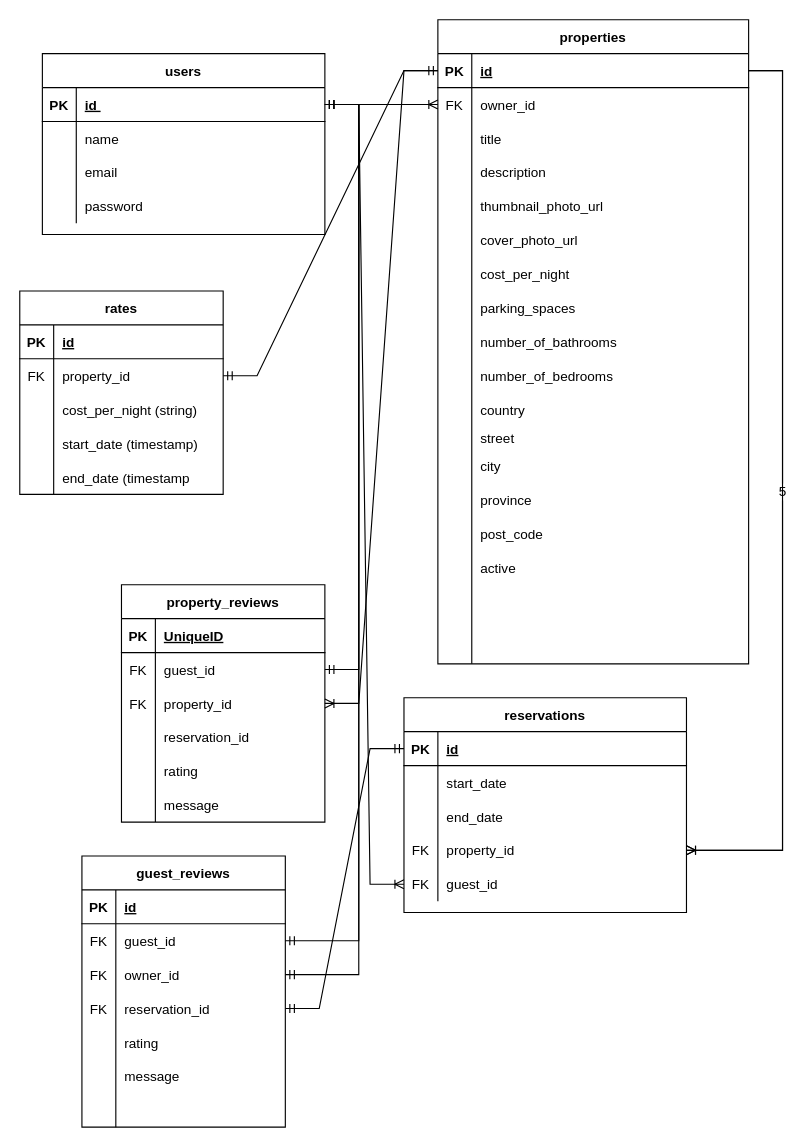
Above: lightbnb_ERD.drawio in jkadman/lightBnB (draw.io), before the change. Source tidied: cells renumbered, new cells numbered last; positions are measured from the earlier drawing's top-left corner, leaving out a move shared by most shapes. Both pictures are drawn from the tidied source at 113%, with x=0, y=0 at pixel (19, 19).
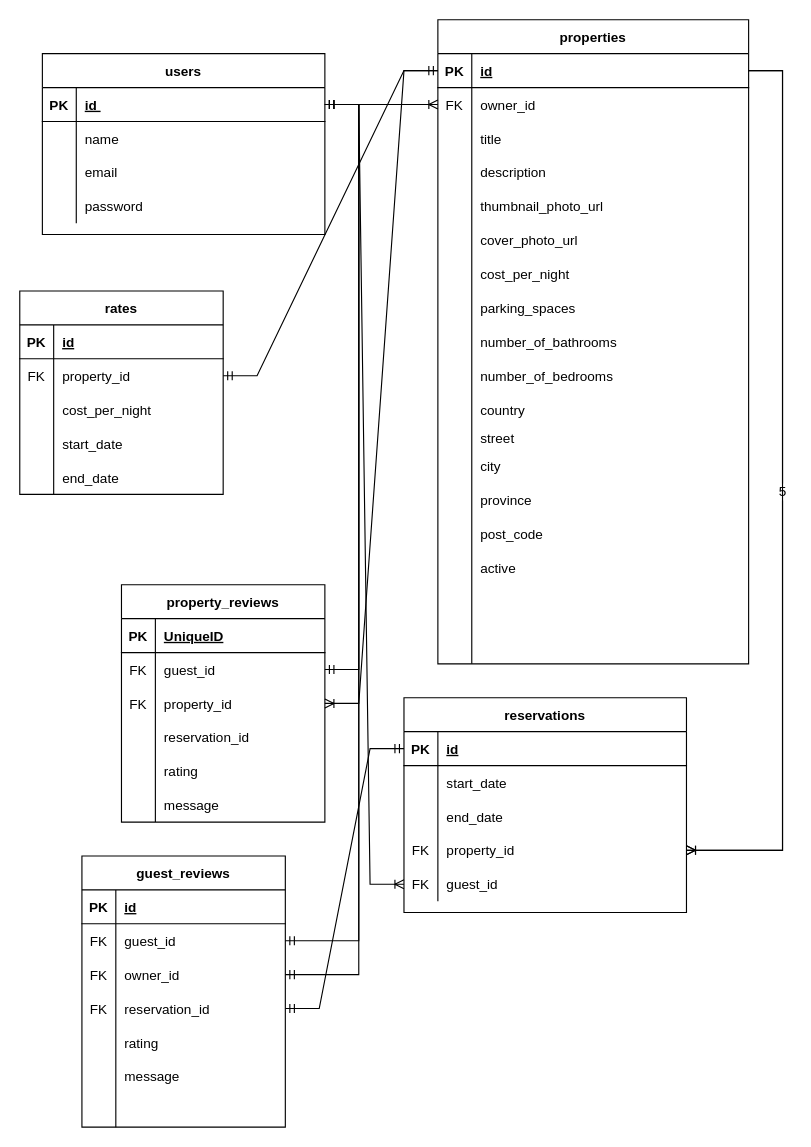
Above is the later version.

Unchanged cells that the change refers to:
```xml
<mxCell id="121" style="shape=tableRow;horizontal=0;startSize=0;swimlaneHead=0;swimlaneBody=0;fillColor=none;top=0;left=0;right=0;bottom=0;" parent="114" vertex="1">
  <mxGeometry y="90" width="180" height="30" as="geometry" />
</mxCell>
<mxCell id="124" style="shape=tableRow;horizontal=0;startSize=0;swimlaneHead=0;swimlaneBody=0;fillColor=none;top=0;left=0;right=0;bottom=0;" parent="114" vertex="1">
  <mxGeometry y="120" width="180" height="30" as="geometry" />
</mxCell>
<mxCell id="127" style="shape=tableRow;horizontal=0;startSize=0;swimlaneHead=0;swimlaneBody=0;fillColor=none;top=0;left=0;right=0;bottom=0;" parent="114" vertex="1">
  <mxGeometry y="150" width="180" height="30" as="geometry" />
</mxCell>
```

Change to the diagram source:
```diff
@@
-    <mxCell id="123" value="cost_per_night (string)" style="shape=partialRectangle;fillColor=none;top=0;left=0;bottom=0;right=0;align=left;spacingLeft=6;overflow=hidden;" parent="121" vertex="1">
+    <mxCell id="123" value="cost_per_night " style="shape=partialRectangle;fillColor=none;top=0;left=0;bottom=0;right=0;align=left;spacingLeft=6;overflow=hidden;" parent="121" vertex="1">
       <mxGeometry x="30" width="150" height="30" as="geometry" />
     </mxCell>
@@
-    <mxCell id="126" value="start_date (timestamp)" style="shape=partialRectangle;fillColor=none;top=0;left=0;bottom=0;right=0;align=left;spacingLeft=6;overflow=hidden;" parent="124" vertex="1">
+    <mxCell id="126" value="start_date " style="shape=partialRectangle;fillColor=none;top=0;left=0;bottom=0;right=0;align=left;spacingLeft=6;overflow=hidden;" parent="124" vertex="1">
       <mxGeometry x="30" width="150" height="30" as="geometry" />
     </mxCell>
@@
-    <mxCell id="129" value="end_date (timestamp" style="shape=partialRectangle;fillColor=none;top=0;left=0;bottom=0;right=0;align=left;spacingLeft=6;overflow=hidden;" parent="127" vertex="1">
+    <mxCell id="129" value="end_date " style="shape=partialRectangle;fillColor=none;top=0;left=0;bottom=0;right=0;align=left;spacingLeft=6;overflow=hidden;" parent="127" vertex="1">
       <mxGeometry x="30" width="150" height="30" as="geometry" />
     </mxCell>
```
